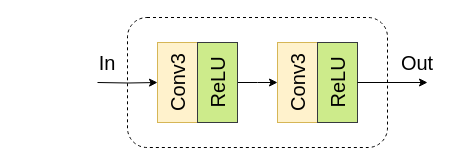
The draw.io diagram test.drawio in ARSwhut/ARSWhut.github.io, before the edit. Source tidied: cells renumbered, new cells numbered last; positions are measured from the earlier drawing's top-left corner, leaving out a move shared by most shapes. Both pictures are drawn from the tidied source at 100%, with x=0, y=0 at pixel (87, 17).
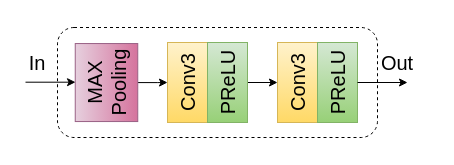
The same page after the edit.

What changed in the source:
```diff
@@
     <mxCell id="2" style="rounded=1;whiteSpace=wrap;html=1;fontSize=20;labelBackgroundColor=none;fontColor=#000000;dashed=1;" parent="1" vertex="1">
-      <mxGeometry x="40" width="260" height="130" as="geometry" />
+      <mxGeometry x="-30" y="10" width="320" height="110" as="geometry" />
     </mxCell>
-    <mxCell id="3" style="rounded=0;whiteSpace=wrap;html=1;fillColor=#fff2cc;strokeColor=#d6b656;" parent="1" vertex="1">
-      <mxGeometry x="70" y="25" width="40" height="80" as="geometry" />
+    <mxCell id="3" style="rounded=0;whiteSpace=wrap;html=1;fillColor=#fff2cc;strokeColor=#d6b656;gradientColor=#ffd966;" parent="1" vertex="1">
+      <mxGeometry x="80" y="25" width="40" height="80" as="geometry" />
     </mxCell>
     <mxCell id="4" value="Conv3" style="text;html=1;strokeColor=none;fillColor=none;align=center;verticalAlign=middle;whiteSpace=wrap;rounded=0;rotation=-90;fontSize=20;" parent="1" vertex="1">
-      <mxGeometry x="70" y="55" width="40" height="20" as="geometry" />
+      <mxGeometry x="80" y="55" width="40" height="20" as="geometry" />
     </mxCell>
@@
-    <mxCell id="6" style="rounded=0;whiteSpace=wrap;html=1;fillColor=#cdeb8b;strokeColor=#36393d;" parent="1" vertex="1">
-      <mxGeometry x="110" y="25" width="40" height="80" as="geometry" />
+    <mxCell id="6" style="rounded=0;whiteSpace=wrap;html=1;fillColor=#d5e8d4;strokeColor=#82b366;gradientColor=#97d077;" parent="1" vertex="1">
+      <mxGeometry x="120" y="25" width="40" height="80" as="geometry" />
     </mxCell>
-    <mxCell id="7" value="ReLU" style="text;html=1;strokeColor=none;fillColor=none;align=center;verticalAlign=middle;whiteSpace=wrap;rounded=0;rotation=-90;fontSize=20;" parent="1" vertex="1">
-      <mxGeometry x="110" y="55" width="40" height="20" as="geometry" />
+    <mxCell id="7" value="PReLU" style="text;html=1;strokeColor=none;fillColor=none;align=center;verticalAlign=middle;whiteSpace=wrap;rounded=0;rotation=-90;fontSize=20;" parent="1" vertex="1">
+      <mxGeometry x="120" y="55" width="40" height="20" as="geometry" />
     </mxCell>
-    <mxCell id="8" style="rounded=0;whiteSpace=wrap;html=1;fillColor=#fff2cc;strokeColor=#d6b656;" parent="1" vertex="1">
+    <mxCell id="8" style="rounded=0;whiteSpace=wrap;html=1;fillColor=#fff2cc;strokeColor=#d6b656;gradientColor=#ffd966;" parent="1" vertex="1">
       <mxGeometry x="190" y="25" width="40" height="80" as="geometry" />
     </mxCell>
@@
-    <mxCell id="10" style="rounded=0;whiteSpace=wrap;html=1;fillColor=#cdeb8b;strokeColor=#36393d;" parent="1" vertex="1">
+    <mxCell id="10" style="rounded=0;whiteSpace=wrap;html=1;fillColor=#d5e8d4;strokeColor=#82b366;gradientColor=#97d077;" parent="1" vertex="1">
       <mxGeometry x="230" y="25" width="40" height="80" as="geometry" />
     </mxCell>
-    <mxCell id="11" value="ReLU" style="text;html=1;strokeColor=none;fillColor=none;align=center;verticalAlign=middle;whiteSpace=wrap;rounded=0;rotation=-90;fontSize=20;" parent="1" vertex="1">
+    <mxCell id="11" value="PReLU" style="text;html=1;strokeColor=none;fillColor=none;align=center;verticalAlign=middle;whiteSpace=wrap;rounded=0;rotation=-90;fontSize=20;" parent="1" vertex="1">
       <mxGeometry x="230" y="55" width="40" height="20" as="geometry" />
     </mxCell>
     <mxCell id="12" style="edgeStyle=orthogonalEdgeStyle;rounded=0;orthogonalLoop=1;jettySize=auto;html=1;exitX=1;exitY=0.5;exitDx=0;exitDy=0;fontSize=20;fontColor=#000000;" parent="1" edge="1">
       <mxGeometry relative="1" as="geometry">
         <mxPoint x="270" y="65" as="sourcePoint" />
-        <mxPoint x="340" y="65" as="targetPoint" />
+        <mxPoint x="320" y="65" as="targetPoint" />
       </mxGeometry>
     </mxCell>
-    <mxCell id="13" style="edgeStyle=orthogonalEdgeStyle;rounded=0;jettySize=auto;html=1;entryX=0;entryY=0.5;entryDx=0;entryDy=0;fontSize=20;fontColor=#000000;" parent="1" edge="1" target="3">
-      <mxGeometry relative="1" as="geometry">
-        <mxPoint x="10" y="65" as="sourcePoint" />
-      </mxGeometry>
-    </mxCell>
     <mxCell id="14" value="In" style="text;html=1;strokeColor=none;fillColor=none;align=center;verticalAlign=middle;whiteSpace=wrap;rounded=0;dashed=1;labelBackgroundColor=none;fontSize=20;fontColor=#000000;" parent="1" vertex="1">
-      <mxGeometry y="35" width="40" height="20" as="geometry" />
+      <mxGeometry x="-70" y="35" width="40" height="20" as="geometry" />
     </mxCell>
     <mxCell id="15" value="Out" style="text;html=1;strokeColor=none;fillColor=none;align=center;verticalAlign=middle;whiteSpace=wrap;rounded=0;dashed=1;labelBackgroundColor=none;fontSize=20;fontColor=#000000;" parent="1" vertex="1">
-      <mxGeometry x="310" y="35" width="40" height="20" as="geometry" />
+      <mxGeometry x="290" y="35" width="40" height="20" as="geometry" />
     </mxCell>
+    <mxCell id="16" style="edgeStyle=orthogonalEdgeStyle;rounded=0;jettySize=auto;html=1;entryX=0;entryY=0.5;entryDx=0;entryDy=0;" parent="1" edge="1" source="17" target="3">
+      <mxGeometry relative="1" as="geometry" />
+    </mxCell>
+    <mxCell id="17" value="&lt;font style=&quot;font-size: 20px&quot;&gt;MAX&lt;br&gt;Pooling&lt;/font&gt;" style="rounded=0;whiteSpace=wrap;html=1;fillColor=#e6d0de;strokeColor=#996185;rotation=-90;gradientColor=#d5739d;" parent="1" vertex="1">
+      <mxGeometry x="-20" y="33.8" width="78" height="62.5" as="geometry" />
+    </mxCell>
+    <mxCell id="18" style="edgeStyle=orthogonalEdgeStyle;rounded=0;orthogonalLoop=1;jettySize=auto;html=1;exitX=1;exitY=0.5;exitDx=0;exitDy=0;fontSize=20;fontColor=#000000;" parent="1" edge="1">
+      <mxGeometry relative="1" as="geometry">
+        <mxPoint x="-62" y="64.7" as="sourcePoint" />
+        <mxPoint x="-12" y="64.7" as="targetPoint" />
+      </mxGeometry>
+    </mxCell>
```
